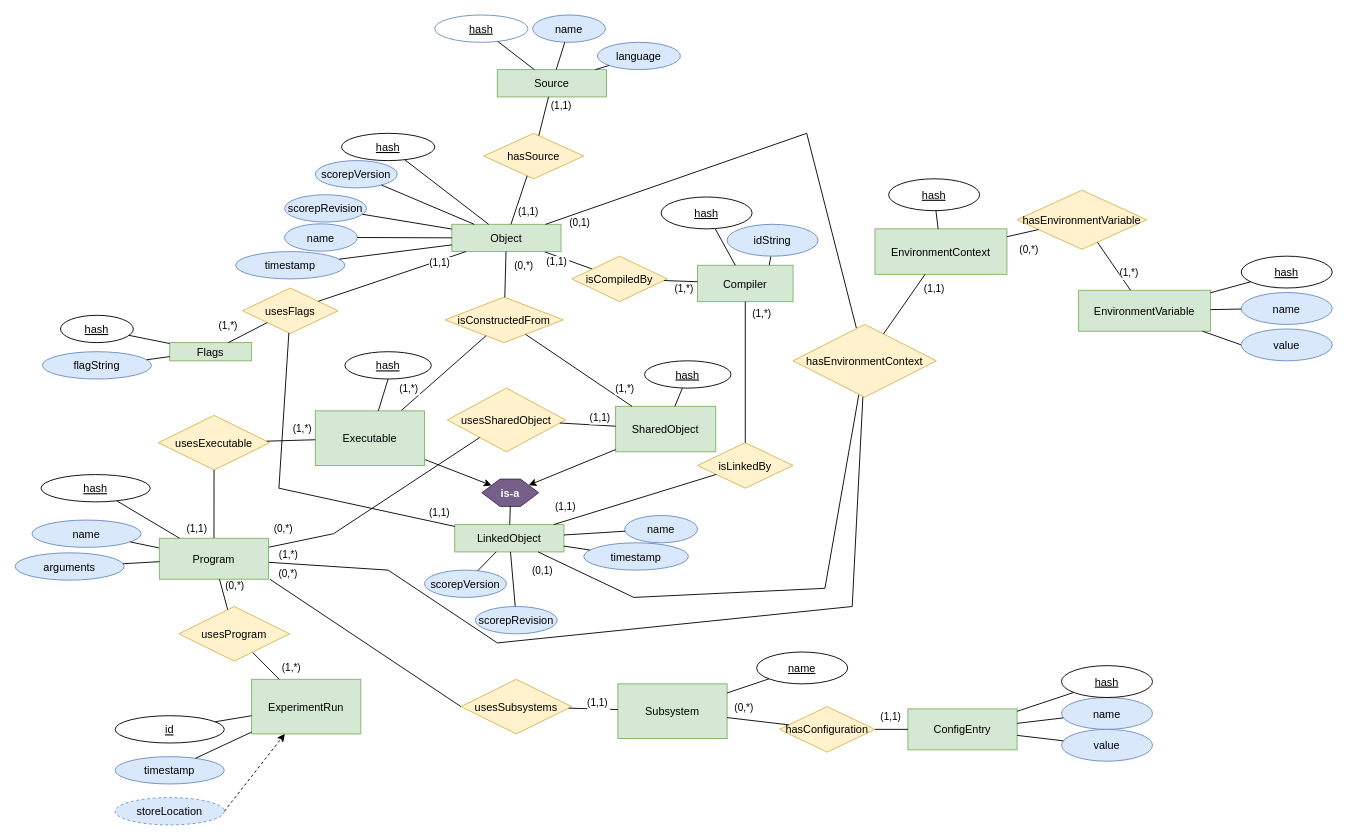
SCOREP-FAIR/scorep-fair.github.io keeps this draw.io diagram as schema/v0.1/scorep_metadata.drawio. Above is the earlier version. Source tidied: cells renumbered, new cells numbered last; positions are measured from the earlier drawing's top-left corner, leaving out a move shared by most shapes. Both pictures are drawn from the tidied source at 91%, with x=0, y=0 at pixel (15, 15).
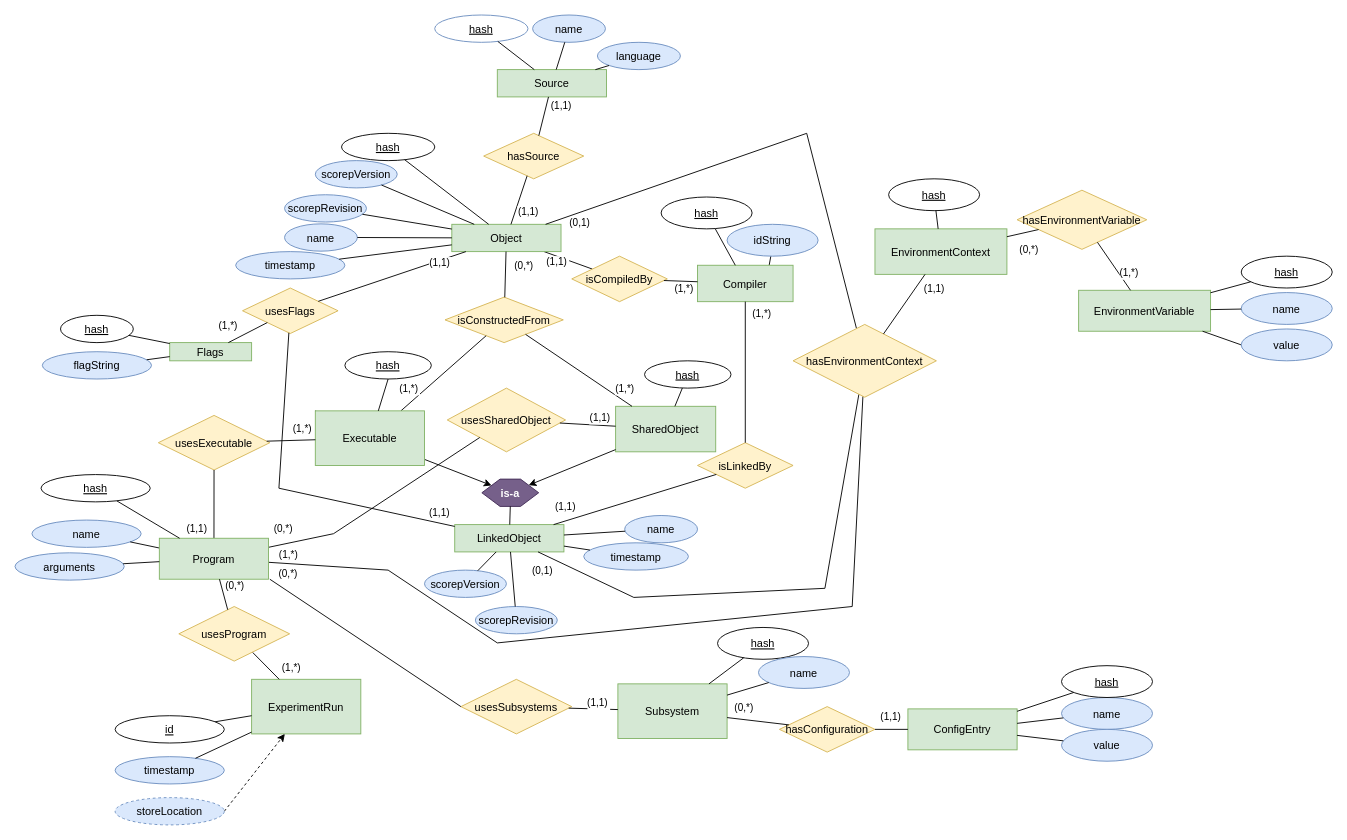
Above is the later version.

Commit message (it also covers changes not shown here):
Subsystem now also has a name

Unchanged cells that the change refers to:
```xml
<mxCell id="64" value="Subsystem" style="rounded=0;fillColor=#d5e8d4;strokeColor=#82b366;" parent="1" vertex="1">
  <mxGeometry x="662.5" y="735" width="120" height="60" as="geometry" />
</mxCell>
```

What changed in the source:
```diff
@@
-    <mxCell id="71" value="name" style="ellipse;fontStyle=4;" parent="1" vertex="1">
-      <mxGeometry x="815" y="700" width="100" height="35" as="geometry" />
+    <mxCell id="71" value="hash" style="ellipse;fontStyle=4;" parent="1" vertex="1">
+      <mxGeometry x="772" y="673" width="100" height="35" as="geometry" />
     </mxCell>
@@
+    <mxCell id="152" value="name" style="ellipse;fontStyle=0;fillColor=#dae8fc;strokeColor=#6c8ebf;" parent="1" vertex="1">
+      <mxGeometry x="817" y="705" width="100" height="35" as="geometry" />
+    </mxCell>
+    <mxCell id="153" style="rounded=0;jettySize=auto;endArrow=none;startFill=0;" parent="1" edge="1" source="152" target="64">
+      <mxGeometry relative="1" as="geometry" />
+    </mxCell>
```
